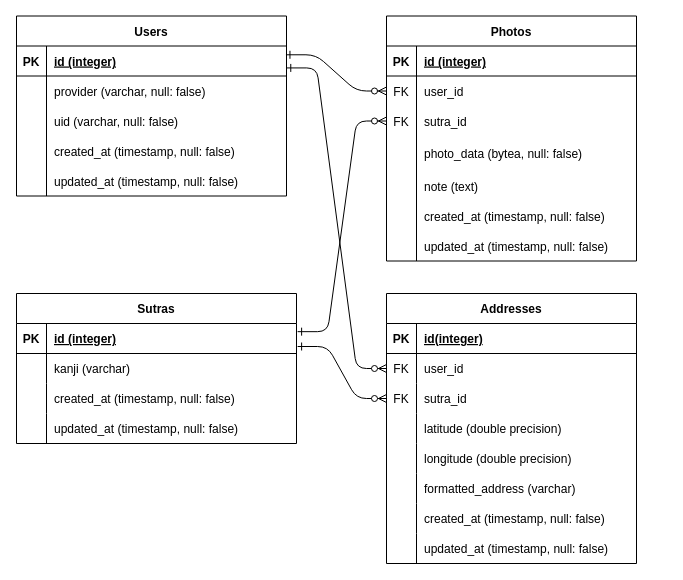
Before: outdoor-heart-sutra.drawio in shirotamaki/entity-relationship-diagram, a draw.io diagram. Source tidied: cells renumbered, new cells numbered last; positions are measured from the earlier drawing's top-left corner, leaving out a move shared by most shapes. Both pictures are drawn from the tidied source at 100%, with x=0, y=0 at pixel (16, 15).
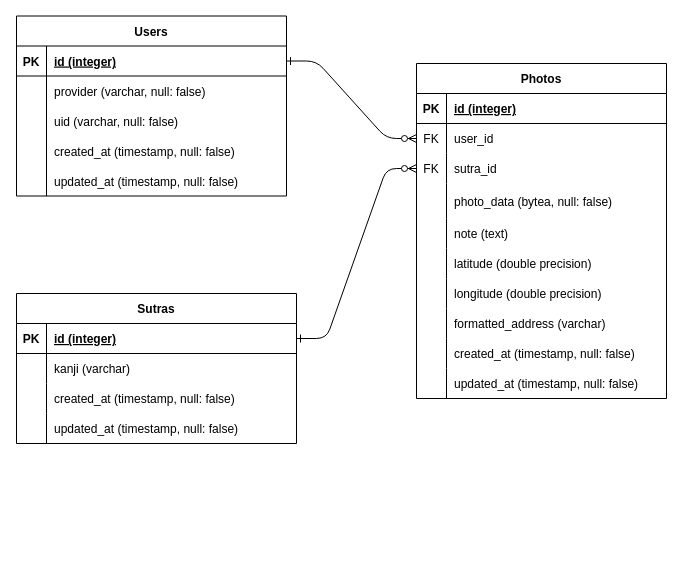
The same diagram, later.

Commit message:
outdoor-heart-sutra.drawio を更新します

The change refers to these unchanged cells:
```xml
<mxCell id="6" style="shape=partialRectangle;fillColor=none;points=[[0,0.5],[1,0.5]];portConstraint=eastwest;top=0;left=0;right=0;bottom=0;" parent="2" vertex="1">
  <mxGeometry y="60" width="250" height="30" as="geometry" />
</mxCell>
<mxCell id="9" style="shape=partialRectangle;fillColor=none;points=[[0,0.5],[1,0.5]];portConstraint=eastwest;top=0;left=0;right=0;bottom=0;" parent="2" vertex="1">
  <mxGeometry y="90" width="250" height="30" as="geometry" />
</mxCell>
<mxCell id="18" style="shape=partialRectangle;fillColor=none;top=0;left=0;right=0;bottom=0;" parent="2" vertex="1">
  <mxGeometry y="185" width="250" height="30" as="geometry" />
</mxCell>
<mxCell id="21" style="shape=partialRectangle;fillColor=none;top=0;left=0;right=0;bottom=0;" parent="2" vertex="1">
  <mxGeometry y="215" width="250" height="30" as="geometry" />
</mxCell>
<mxCell id="50" style="shape=partialRectangle;fillColor=none;points=[[0,0.5],[1,0.5]];portConstraint=eastwest;top=0;left=0;right=0;bottom=1;" parent="49" vertex="1">
  <mxGeometry y="30" width="270" height="30" as="geometry" />
</mxCell>
<mxCell id="66" style="shape=partialRectangle;fillColor=none;points=[[0,0.5],[1,0.5]];portConstraint=eastwest;top=0;left=0;right=0;bottom=1;" parent="65" vertex="1">
  <mxGeometry y="30" width="280" height="30" as="geometry" />
</mxCell>
```

Diff of the diagram source:
```diff
@@
     <mxCell id="2" value="Photos" style="shape=table;startSize=30;childLayout=tableLayout;rowLines=0;fontStyle=1;align=center;" parent="1" vertex="1">
-      <mxGeometry x="370" y="0.5" width="250" height="245" as="geometry" />
+      <mxGeometry x="400" y="48" width="250" height="335" as="geometry" />
     </mxCell>
@@
-    <mxCell id="20" value="created_at (timestamp, null: false)" style="shape=partialRectangle;overflow=hidden;fillColor=none;top=0;left=0;bottom=0;right=0;align=left;spacingLeft=6;" parent="18" vertex="1">
+    <mxCell id="20" value="latitude (double precision)" style="shape=partialRectangle;overflow=hidden;fillColor=none;top=0;left=0;bottom=0;right=0;align=left;spacingLeft=6;" parent="18" vertex="1">
       <mxGeometry x="30" width="220" height="30" as="geometry" />
     </mxCell>
@@
-    <mxCell id="23" value="updated_at (timestamp, null: false)" style="shape=partialRectangle;overflow=hidden;fillColor=none;top=0;left=0;bottom=0;right=0;align=left;spacingLeft=6;" parent="21" vertex="1">
+    <mxCell id="23" value="longitude (double precision)" style="shape=partialRectangle;overflow=hidden;fillColor=none;top=0;left=0;bottom=0;right=0;align=left;spacingLeft=6;" parent="21" vertex="1">
       <mxGeometry x="30" width="220" height="30" as="geometry" />
     </mxCell>
-    <mxCell id="24" value="Addresses" style="shape=table;startSize=30;childLayout=tableLayout;rowLines=0;fontStyle=1;align=center;" parent="1" vertex="1">
-      <mxGeometry x="370" y="278" width="250" height="270" as="geometry" />
-    </mxCell>
-    <mxCell id="25" style="shape=partialRectangle;fillColor=none;top=0;left=0;right=0;bottom=1;" parent="24" vertex="1">
-      <mxGeometry y="30" width="250" height="30" as="geometry" />
-    </mxCell>
-    <mxCell id="26" value="PK" style="shape=partialRectangle;overflow=hidden;fillColor=none;top=0;left=0;bottom=0;right=0;fontStyle=1;" parent="25" vertex="1">
-      <mxGeometry width="30" height="30" as="geometry" />
-    </mxCell>
-    <mxCell id="27" value="id(integer) " style="shape=partialRectangle;overflow=hidden;fillColor=none;top=0;left=0;bottom=0;right=0;align=left;spacingLeft=6;fontStyle=5;" parent="25" vertex="1">
-      <mxGeometry x="30" width="220" height="30" as="geometry" />
-    </mxCell>
-    <mxCell id="28" style="shape=partialRectangle;fillColor=none;points=[[0,0.5],[1,0.5]];portConstraint=eastwest;top=0;left=0;right=0;bottom=0;" parent="24" vertex="1">
-      <mxGeometry y="60" width="250" height="30" as="geometry" />
-    </mxCell>
-    <mxCell id="29" value="FK" style="shape=partialRectangle;overflow=hidden;fillColor=none;top=0;left=0;bottom=0;right=0;" parent="28" vertex="1">
-      <mxGeometry width="30" height="30" as="geometry" />
-    </mxCell>
-    <mxCell id="30" value="user_id" style="shape=partialRectangle;overflow=hidden;fillColor=none;top=0;left=0;bottom=0;right=0;align=left;spacingLeft=6;" parent="28" vertex="1">
-      <mxGeometry x="30" width="220" height="30" as="geometry" />
-    </mxCell>
-    <mxCell id="31" style="shape=partialRectangle;fillColor=none;points=[[0,0.5],[1,0.5]];portConstraint=eastwest;top=0;left=0;right=0;bottom=0;" parent="24" vertex="1">
-      <mxGeometry y="90" width="250" height="30" as="geometry" />
-    </mxCell>
-    <mxCell id="32" value="FK" style="shape=partialRectangle;overflow=hidden;fillColor=none;top=0;left=0;bottom=0;right=0;" parent="31" vertex="1">
-      <mxGeometry width="30" height="30" as="geometry" />
-    </mxCell>
-    <mxCell id="33" value="sutra_id" style="shape=partialRectangle;overflow=hidden;fillColor=none;top=0;left=0;bottom=0;right=0;align=left;spacingLeft=6;" parent="31" vertex="1">
-      <mxGeometry x="30" width="220" height="30" as="geometry" />
-    </mxCell>
-    <mxCell id="34" style="shape=partialRectangle;fillColor=none;top=0;left=0;right=0;bottom=0;" parent="24" vertex="1">
-      <mxGeometry y="120" width="250" height="30" as="geometry" />
-    </mxCell>
-    <mxCell id="35" style="shape=partialRectangle;overflow=hidden;fillColor=none;top=0;left=0;bottom=0;right=0;" parent="34" vertex="1">
-      <mxGeometry width="30" height="30" as="geometry" />
-    </mxCell>
-    <mxCell id="36" value="latitude (double precision)" style="shape=partialRectangle;overflow=hidden;fillColor=none;top=0;left=0;bottom=0;right=0;align=left;spacingLeft=6;" parent="34" vertex="1">
-      <mxGeometry x="30" width="220" height="30" as="geometry" />
-    </mxCell>
-    <mxCell id="37" style="shape=partialRectangle;fillColor=none;top=0;left=0;right=0;bottom=0;" parent="24" vertex="1">
-      <mxGeometry y="150" width="250" height="30" as="geometry" />
-    </mxCell>
-    <mxCell id="38" style="shape=partialRectangle;overflow=hidden;fillColor=none;top=0;left=0;bottom=0;right=0;" parent="37" vertex="1">
-      <mxGeometry width="30" height="30" as="geometry" />
-    </mxCell>
-    <mxCell id="39" value="longitude (double precision)" style="shape=partialRectangle;overflow=hidden;fillColor=none;top=0;left=0;bottom=0;right=0;align=left;spacingLeft=6;" parent="37" vertex="1">
-      <mxGeometry x="30" width="220" height="30" as="geometry" />
-    </mxCell>
-    <mxCell id="40" style="shape=partialRectangle;fillColor=none;top=0;left=0;right=0;bottom=0;" parent="24" vertex="1">
-      <mxGeometry y="180" width="250" height="30" as="geometry" />
-    </mxCell>
-    <mxCell id="41" style="shape=partialRectangle;overflow=hidden;fillColor=none;top=0;left=0;bottom=0;right=0;" parent="40" vertex="1">
-      <mxGeometry width="30" height="30" as="geometry" />
-    </mxCell>
+    <mxCell id="82" style="shape=partialRectangle;fillColor=none;top=0;left=0;right=0;bottom=0;" parent="2" vertex="1">
+      <mxGeometry y="245" width="250" height="30" as="geometry" />
+    </mxCell>
+    <mxCell id="83" style="shape=partialRectangle;overflow=hidden;fillColor=none;top=0;left=0;bottom=0;right=0;" parent="82" vertex="1">
+      <mxGeometry width="30" height="30" as="geometry" />
+    </mxCell>
-    <mxCell id="42" value="formatted_address (varchar)" style="shape=partialRectangle;overflow=hidden;fillColor=none;top=0;left=0;bottom=0;right=0;align=left;spacingLeft=6;" parent="40" vertex="1">
+    <mxCell id="42" value="formatted_address (varchar)" style="shape=partialRectangle;overflow=hidden;fillColor=none;top=0;left=0;bottom=0;right=0;align=left;spacingLeft=6;" parent="82" vertex="1">
       <mxGeometry x="30" width="220" height="30" as="geometry" />
     </mxCell>
-    <mxCell id="43" style="shape=partialRectangle;fillColor=none;top=0;left=0;right=0;bottom=0;" parent="24" vertex="1">
-      <mxGeometry y="210" width="250" height="30" as="geometry" />
-    </mxCell>
-    <mxCell id="44" style="shape=partialRectangle;overflow=hidden;fillColor=none;top=0;left=0;bottom=0;right=0;" parent="43" vertex="1">
-      <mxGeometry width="30" height="30" as="geometry" />
-    </mxCell>
+    <mxCell id="84" style="shape=partialRectangle;fillColor=none;top=0;left=0;right=0;bottom=0;" parent="2" vertex="1">
+      <mxGeometry y="275" width="250" height="30" as="geometry" />
+    </mxCell>
+    <mxCell id="85" style="shape=partialRectangle;overflow=hidden;fillColor=none;top=0;left=0;bottom=0;right=0;" parent="84" vertex="1">
+      <mxGeometry width="30" height="30" as="geometry" />
+    </mxCell>
-    <mxCell id="45" value="created_at (timestamp, null: false)" style="shape=partialRectangle;overflow=hidden;fillColor=none;top=0;left=0;bottom=0;right=0;align=left;spacingLeft=6;" parent="43" vertex="1">
+    <mxCell id="45" value="created_at (timestamp, null: false)" style="shape=partialRectangle;overflow=hidden;fillColor=none;top=0;left=0;bottom=0;right=0;align=left;spacingLeft=6;" parent="84" vertex="1">
       <mxGeometry x="30" width="220" height="30" as="geometry" />
     </mxCell>
-    <mxCell id="46" style="shape=partialRectangle;fillColor=none;top=0;left=0;right=0;bottom=0;" parent="24" vertex="1">
-      <mxGeometry y="240" width="250" height="30" as="geometry" />
-    </mxCell>
-    <mxCell id="47" style="shape=partialRectangle;overflow=hidden;fillColor=none;top=0;left=0;bottom=0;right=0;" parent="46" vertex="1">
-      <mxGeometry width="30" height="30" as="geometry" />
-    </mxCell>
+    <mxCell id="86" style="shape=partialRectangle;fillColor=none;top=0;left=0;right=0;bottom=0;" parent="2" vertex="1">
+      <mxGeometry y="305" width="250" height="30" as="geometry" />
+    </mxCell>
+    <mxCell id="87" style="shape=partialRectangle;overflow=hidden;fillColor=none;top=0;left=0;bottom=0;right=0;" parent="86" vertex="1">
+      <mxGeometry width="30" height="30" as="geometry" />
+    </mxCell>
-    <mxCell id="48" value="updated_at (timestamp, null: false)" style="shape=partialRectangle;overflow=hidden;fillColor=none;top=0;left=0;bottom=0;right=0;align=left;spacingLeft=6;" parent="46" vertex="1">
+    <mxCell id="48" value="updated_at (timestamp, null: false)" style="shape=partialRectangle;overflow=hidden;fillColor=none;top=0;left=0;bottom=0;right=0;align=left;spacingLeft=6;" parent="86" vertex="1">
       <mxGeometry x="30" width="220" height="30" as="geometry" />
     </mxCell>
@@
-    <mxCell id="78" style="edgeStyle=entityRelationEdgeStyle;endArrow=ERzeroToMany;startArrow=ERone;endFill=1;startFill=0;exitX=0.998;exitY=0.293;exitDx=0;exitDy=0;entryX=0;entryY=0.5;entryDx=0;entryDy=0;exitPerimeter=0;" parent="1" edge="1" source="50" target="6">
+    <mxCell id="78" style="edgeStyle=entityRelationEdgeStyle;endArrow=ERzeroToMany;startArrow=ERone;endFill=1;startFill=0;exitX=1;exitY=0.5;exitDx=0;exitDy=0;entryX=0;entryY=0.5;entryDx=0;entryDy=0;" parent="1" edge="1" source="50" target="6">
       <mxGeometry relative="1" as="geometry" />
     </mxCell>
-    <mxCell id="79" style="edgeStyle=entityRelationEdgeStyle;endArrow=ERzeroToMany;startArrow=ERone;endFill=1;startFill=0;entryX=0;entryY=0.5;entryDx=0;entryDy=0;exitX=1.001;exitY=0.731;exitDx=0;exitDy=0;exitPerimeter=0;" parent="1" edge="1" source="50" target="28">
-      <mxGeometry relative="1" as="geometry" />
-    </mxCell>
-    <mxCell id="80" style="edgeStyle=entityRelationEdgeStyle;endArrow=ERzeroToMany;startArrow=ERone;endFill=1;startFill=0;exitX=1.004;exitY=0.272;exitDx=0;exitDy=0;entryX=0;entryY=0.5;entryDx=0;entryDy=0;exitPerimeter=0;" parent="1" edge="1" source="66" target="9">
+    <mxCell id="80" style="edgeStyle=entityRelationEdgeStyle;endArrow=ERzeroToMany;startArrow=ERone;endFill=1;startFill=0;exitX=1;exitY=0.5;exitDx=0;exitDy=0;entryX=0;entryY=0.5;entryDx=0;entryDy=0;" parent="1" edge="1" source="66" target="9">
       <mxGeometry relative="1" as="geometry" />
     </mxCell>
-    <mxCell id="81" style="edgeStyle=entityRelationEdgeStyle;endArrow=ERzeroToMany;startArrow=ERone;endFill=1;startFill=0;exitX=1.004;exitY=0.767;exitDx=0;exitDy=0;exitPerimeter=0;" parent="1" edge="1" source="66" target="31">
-      <mxGeometry relative="1" as="geometry" />
-    </mxCell>
```
